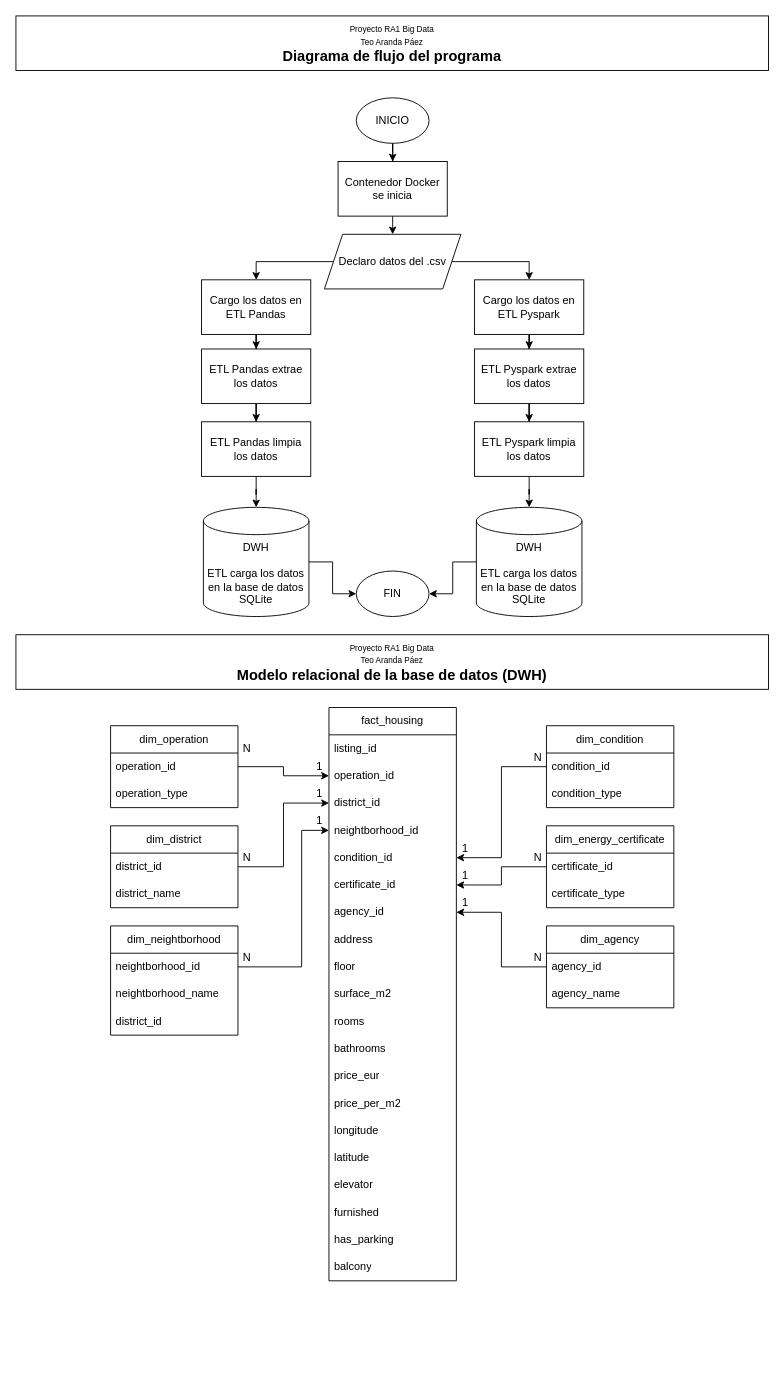
This is docs/diagrama_RA1.drawio from teoarandaa/proyecto_ra1_teoarandapaez, a draw.io file, before an edit. Source tidied: cells renumbered, new cells numbered last; positions are measured from the earlier drawing's top-left corner, leaving out a move shared by most shapes. Both pictures are drawn from the tidied source at 91%, with x=0, y=0 at pixel (15, 15).
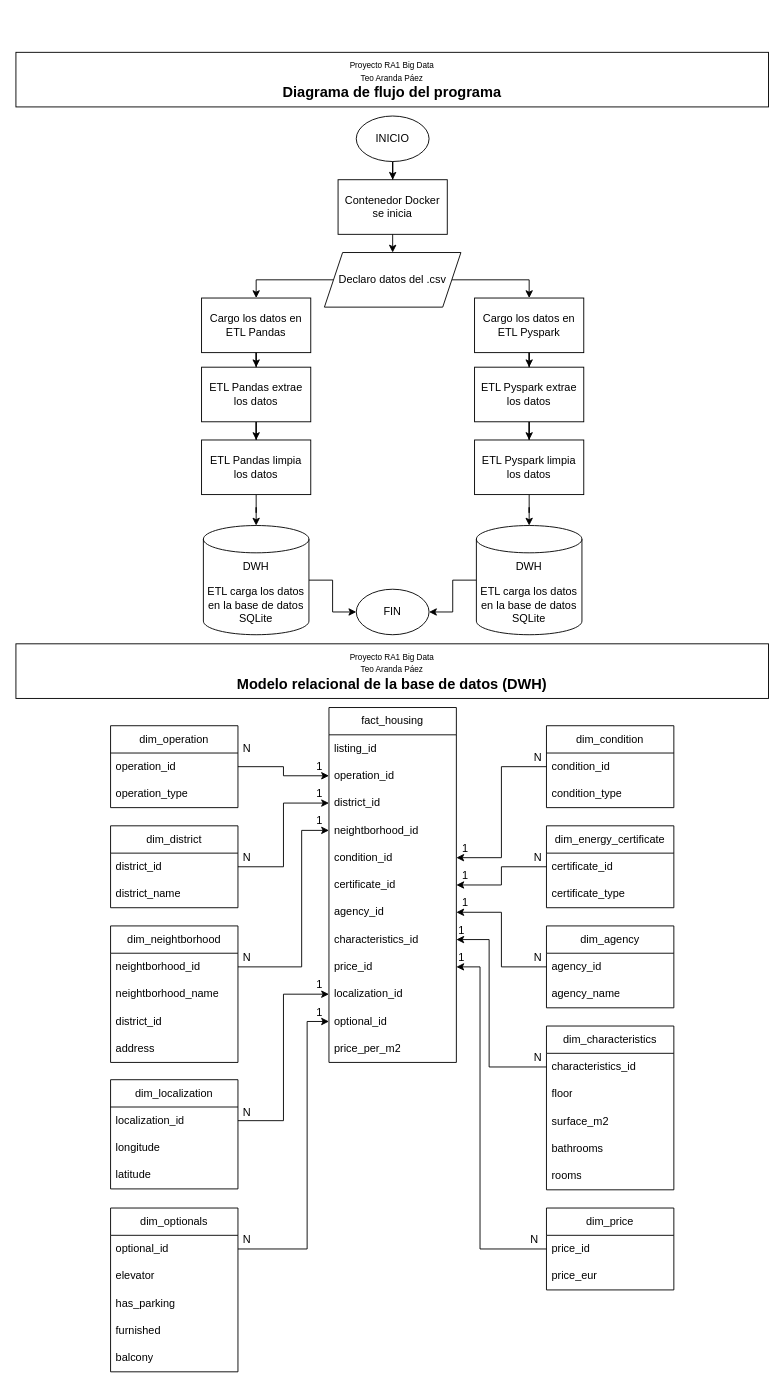
Above is the later version.

The edit, as a diff of the source:
```diff
@@
     <mxCell id="2" style="edgeStyle=orthogonalEdgeStyle;rounded=0;orthogonalLoop=1;jettySize=auto;html=1;" parent="1" edge="1">
       <mxGeometry relative="1" as="geometry">
-        <mxPoint x="414" y="210" as="sourcePoint" />
-        <mxPoint x="414" y="240" as="targetPoint" />
+        <mxPoint x="414" y="230" as="sourcePoint" />
+        <mxPoint x="414" y="260" as="targetPoint" />
       </mxGeometry>
     </mxCell>
@@
     <mxCell id="4" value="INICIO" style="ellipse;whiteSpace=wrap;html=1;" parent="1" vertex="1">
-      <mxGeometry x="374" y="90" width="80" height="50" as="geometry" />
+      <mxGeometry x="374" y="110" width="80" height="50" as="geometry" />
     </mxCell>
     <mxCell id="5" value="FIN" style="ellipse;whiteSpace=wrap;html=1;" parent="1" vertex="1">
-      <mxGeometry x="374" y="610" width="80" height="50" as="geometry" />
+      <mxGeometry x="374" y="630" width="80" height="50" as="geometry" />
     </mxCell>
@@
     <mxCell id="8" value="Cargo los datos en ETL Pandas" style="whiteSpace=wrap;html=1;" parent="1" vertex="1">
-      <mxGeometry x="204" y="290" width="120" height="60" as="geometry" />
+      <mxGeometry x="204" y="310" width="120" height="60" as="geometry" />
     </mxCell>
@@
     <mxCell id="10" value="ETL Pandas extrae los datos" style="whiteSpace=wrap;html=1;" parent="1" vertex="1">
-      <mxGeometry x="204" y="366" width="120" height="60" as="geometry" />
+      <mxGeometry x="204" y="386" width="120" height="60" as="geometry" />
     </mxCell>
@@
     <mxCell id="12" value="Declaro datos del .csv" style="shape=parallelogram;perimeter=parallelogramPerimeter;whiteSpace=wrap;html=1;fixedSize=1;" parent="1" vertex="1">
-      <mxGeometry x="339" y="240" width="150" height="60" as="geometry" />
+      <mxGeometry x="339" y="260" width="150" height="60" as="geometry" />
     </mxCell>
@@
     <mxCell id="14" value="ETL Pandas limpia los datos" style="whiteSpace=wrap;html=1;" parent="1" vertex="1">
-      <mxGeometry x="204" y="446" width="120" height="60" as="geometry" />
+      <mxGeometry x="204" y="466" width="120" height="60" as="geometry" />
     </mxCell>
@@
     <mxCell id="16" value="Cargo los datos en ETL Pyspark" style="whiteSpace=wrap;html=1;" parent="1" vertex="1">
-      <mxGeometry x="504" y="290" width="120" height="60" as="geometry" />
+      <mxGeometry x="504" y="310" width="120" height="60" as="geometry" />
     </mxCell>
@@
     <mxCell id="18" value="ETL Pyspark extrae los datos" style="whiteSpace=wrap;html=1;" parent="1" vertex="1">
-      <mxGeometry x="504" y="366" width="120" height="60" as="geometry" />
+      <mxGeometry x="504" y="386" width="120" height="60" as="geometry" />
     </mxCell>
@@
     <mxCell id="20" value="ETL Pyspark limpia los datos" style="whiteSpace=wrap;html=1;" parent="1" vertex="1">
-      <mxGeometry x="504" y="446" width="120" height="60" as="geometry" />
+      <mxGeometry x="504" y="466" width="120" height="60" as="geometry" />
     </mxCell>
@@
     <mxCell id="22" value="&lt;div&gt;DWH&lt;/div&gt;&lt;div&gt;&lt;br&gt;&lt;/div&gt;ETL carga los datos en la base de datos SQLite" style="shape=cylinder3;whiteSpace=wrap;html=1;boundedLbl=1;backgroundOutline=1;size=15;" parent="1" vertex="1">
-      <mxGeometry x="506" y="540" width="116" height="120" as="geometry" />
+      <mxGeometry x="506" y="560" width="116" height="120" as="geometry" />
     </mxCell>
     <mxCell id="23" value="Contenedor Docker se inicia" style="whiteSpace=wrap;html=1;" parent="1" vertex="1">
-      <mxGeometry x="354" y="160" width="120" height="60" as="geometry" />
+      <mxGeometry x="354" y="180" width="120" height="60" as="geometry" />
     </mxCell>
     <mxCell id="24" value="&lt;font style=&quot;font-size: 9px;&quot;&gt;Proyecto RA1 Big Data&lt;/font&gt;&lt;div&gt;&lt;font style=&quot;font-size: 9px;&quot;&gt;Teo Aranda Páez&lt;/font&gt;&lt;/div&gt;&lt;div&gt;&lt;b&gt;&lt;font style=&quot;font-size: 16px;&quot;&gt;Diagrama de flujo del programa&lt;/font&gt;&lt;/b&gt;&lt;/div&gt;" style="rounded=0;whiteSpace=wrap;html=1;" parent="1" vertex="1">
-      <mxGeometry width="827" height="60" as="geometry" />
+      <mxGeometry y="40" width="827" height="60" as="geometry" />
     </mxCell>
     <mxCell id="25" value="&lt;font style=&quot;font-size: 9px;&quot;&gt;Proyecto RA1 Big Data&lt;/font&gt;&lt;div&gt;&lt;font style=&quot;font-size: 9px;&quot;&gt;Teo Aranda Páez&lt;/font&gt;&lt;/div&gt;&lt;div&gt;&lt;b&gt;&lt;font style=&quot;font-size: 16px;&quot;&gt;Modelo relacional de la base de datos (DWH)&lt;/font&gt;&lt;/b&gt;&lt;/div&gt;" style="rounded=0;whiteSpace=wrap;html=1;" parent="1" vertex="1">
-      <mxGeometry y="680" width="827" height="60" as="geometry" />
+      <mxGeometry y="690" width="827" height="60" as="geometry" />
     </mxCell>
@@
     <mxCell id="27" value="&lt;div&gt;DWH&lt;/div&gt;&lt;div&gt;&lt;br&gt;&lt;/div&gt;ETL carga los datos en la base de datos SQLite" style="shape=cylinder3;whiteSpace=wrap;html=1;boundedLbl=1;backgroundOutline=1;size=15;" parent="1" vertex="1">
-      <mxGeometry x="206" y="540" width="116" height="120" as="geometry" />
+      <mxGeometry x="206" y="560" width="116" height="120" as="geometry" />
     </mxCell>
@@
     <mxCell id="31" value="dim_neightborhood" style="swimlane;fontStyle=0;horizontal=1;startSize=30;whiteSpace=wrap;html=1;" parent="1" vertex="1">
-      <mxGeometry x="104" y="1000" width="140" height="120" as="geometry" />
+      <mxGeometry x="104" y="1000" width="140" height="150" as="geometry" />
     </mxCell>
@@
+    <mxCell id="55" value="address" style="text;strokeColor=none;fillColor=none;align=left;verticalAlign=middle;spacingLeft=4;spacingRight=4;overflow=hidden;whiteSpace=wrap;html=1;" parent="31" vertex="1">
+      <mxGeometry y="120" width="140" height="30" as="geometry" />
+    </mxCell>
@@
     <mxCell id="47" value="fact_housing" style="swimlane;fontStyle=0;horizontal=1;startSize=30;whiteSpace=wrap;html=1;" parent="1" vertex="1">
-      <mxGeometry x="344" y="760" width="140" height="630" as="geometry" />
+      <mxGeometry x="344" y="760" width="140" height="390" as="geometry" />
     </mxCell>
@@
-    <mxCell id="55" value="address" style="text;strokeColor=none;fillColor=none;align=left;verticalAlign=middle;spacingLeft=4;spacingRight=4;overflow=hidden;whiteSpace=wrap;html=1;" parent="47" vertex="1">
-      <mxGeometry y="240" width="140" height="30" as="geometry" />
-    </mxCell>
-    <mxCell id="56" value="floor" style="text;strokeColor=none;fillColor=none;align=left;verticalAlign=middle;spacingLeft=4;spacingRight=4;overflow=hidden;whiteSpace=wrap;html=1;" parent="47" vertex="1">
-      <mxGeometry y="270" width="140" height="30" as="geometry" />
-    </mxCell>
-    <mxCell id="57" value="surface_m2" style="text;strokeColor=none;fillColor=none;align=left;verticalAlign=middle;spacingLeft=4;spacingRight=4;overflow=hidden;whiteSpace=wrap;html=1;" parent="47" vertex="1">
-      <mxGeometry y="300" width="140" height="30" as="geometry" />
-    </mxCell>
-    <mxCell id="58" value="rooms" style="text;strokeColor=none;fillColor=none;align=left;verticalAlign=middle;spacingLeft=4;spacingRight=4;overflow=hidden;whiteSpace=wrap;html=1;" parent="47" vertex="1">
-      <mxGeometry y="330" width="140" height="30" as="geometry" />
-    </mxCell>
-    <mxCell id="59" value="bathrooms" style="text;strokeColor=none;fillColor=none;align=left;verticalAlign=middle;spacingLeft=4;spacingRight=4;overflow=hidden;whiteSpace=wrap;html=1;" parent="47" vertex="1">
-      <mxGeometry y="360" width="140" height="30" as="geometry" />
-    </mxCell>
-    <mxCell id="60" value="price_eur" style="text;strokeColor=none;fillColor=none;align=left;verticalAlign=middle;spacingLeft=4;spacingRight=4;overflow=hidden;whiteSpace=wrap;html=1;" parent="47" vertex="1">
-      <mxGeometry y="390" width="140" height="30" as="geometry" />
-    </mxCell>
+    <mxCell id="86" value="characteristics_id" style="text;strokeColor=none;fillColor=none;align=left;verticalAlign=middle;spacingLeft=4;spacingRight=4;overflow=hidden;points=[[0,0.5],[1,0.5]];portConstraint=eastwest;whiteSpace=wrap;html=1;" parent="47" vertex="1">
+      <mxGeometry y="240" width="140" height="30" as="geometry" />
+    </mxCell>
+    <mxCell id="87" value="price_id" style="text;strokeColor=none;fillColor=none;align=left;verticalAlign=middle;spacingLeft=4;spacingRight=4;overflow=hidden;points=[[0,0.5],[1,0.5]];portConstraint=eastwest;whiteSpace=wrap;html=1;" parent="47" vertex="1">
+      <mxGeometry y="270" width="140" height="30" as="geometry" />
+    </mxCell>
+    <mxCell id="88" value="localization_id" style="text;strokeColor=none;fillColor=none;align=left;verticalAlign=middle;spacingLeft=4;spacingRight=4;overflow=hidden;points=[[0,0.5],[1,0.5]];portConstraint=eastwest;whiteSpace=wrap;html=1;" parent="47" vertex="1">
+      <mxGeometry y="300" width="140" height="30" as="geometry" />
+    </mxCell>
+    <mxCell id="89" value="optional_id" style="text;strokeColor=none;fillColor=none;align=left;verticalAlign=middle;spacingLeft=4;spacingRight=4;overflow=hidden;points=[[0,0.5],[1,0.5]];portConstraint=eastwest;whiteSpace=wrap;html=1;" parent="47" vertex="1">
+      <mxGeometry y="330" width="140" height="30" as="geometry" />
+    </mxCell>
     <mxCell id="61" value="price_per_m2" style="text;strokeColor=none;fillColor=none;align=left;verticalAlign=middle;spacingLeft=4;spacingRight=4;overflow=hidden;whiteSpace=wrap;html=1;" parent="47" vertex="1">
-      <mxGeometry y="420" width="140" height="30" as="geometry" />
+      <mxGeometry y="360" width="140" height="30" as="geometry" />
     </mxCell>
-    <mxCell id="62" value="longitude" style="text;strokeColor=none;fillColor=none;align=left;verticalAlign=middle;spacingLeft=4;spacingRight=4;overflow=hidden;whiteSpace=wrap;html=1;" parent="47" vertex="1">
-      <mxGeometry y="450" width="140" height="30" as="geometry" />
-    </mxCell>
-    <mxCell id="63" value="latitude" style="text;strokeColor=none;fillColor=none;align=left;verticalAlign=middle;spacingLeft=4;spacingRight=4;overflow=hidden;whiteSpace=wrap;html=1;" parent="47" vertex="1">
-      <mxGeometry y="480" width="140" height="30" as="geometry" />
-    </mxCell>
-    <mxCell id="64" value="elevator" style="text;strokeColor=none;fillColor=none;align=left;verticalAlign=middle;spacingLeft=4;spacingRight=4;overflow=hidden;whiteSpace=wrap;html=1;" parent="47" vertex="1">
-      <mxGeometry y="510" width="140" height="30" as="geometry" />
-    </mxCell>
-    <mxCell id="65" value="furnished" style="text;strokeColor=none;fillColor=none;align=left;verticalAlign=middle;spacingLeft=4;spacingRight=4;overflow=hidden;whiteSpace=wrap;html=1;" parent="47" vertex="1">
-      <mxGeometry y="540" width="140" height="30" as="geometry" />
-    </mxCell>
-    <mxCell id="66" value="has_parking" style="text;strokeColor=none;fillColor=none;align=left;verticalAlign=middle;spacingLeft=4;spacingRight=4;overflow=hidden;whiteSpace=wrap;html=1;" parent="47" vertex="1">
-      <mxGeometry y="570" width="140" height="30" as="geometry" />
-    </mxCell>
-    <mxCell id="67" value="balcony" style="text;strokeColor=none;fillColor=none;align=left;verticalAlign=middle;spacingLeft=4;spacingRight=4;overflow=hidden;whiteSpace=wrap;html=1;" parent="47" vertex="1">
-      <mxGeometry y="600" width="140" height="30" as="geometry" />
-    </mxCell>
@@
+    <mxCell id="90" value="dim_characteristics" style="swimlane;fontStyle=0;horizontal=1;startSize=30;whiteSpace=wrap;html=1;" parent="1" vertex="1">
+      <mxGeometry x="583" y="1110" width="140" height="180" as="geometry" />
+    </mxCell>
+    <mxCell id="91" value="characteristics_id" style="text;strokeColor=none;fillColor=none;align=left;verticalAlign=middle;spacingLeft=4;spacingRight=4;overflow=hidden;points=[[0,0.5],[1,0.5]];portConstraint=eastwest;whiteSpace=wrap;html=1;" parent="90" vertex="1">
+      <mxGeometry y="30" width="140" height="30" as="geometry" />
+    </mxCell>
+    <mxCell id="56" value="floor" style="text;strokeColor=none;fillColor=none;align=left;verticalAlign=middle;spacingLeft=4;spacingRight=4;overflow=hidden;whiteSpace=wrap;html=1;" parent="90" vertex="1">
+      <mxGeometry y="60" width="140" height="30" as="geometry" />
+    </mxCell>
+    <mxCell id="57" value="surface_m2" style="text;strokeColor=none;fillColor=none;align=left;verticalAlign=middle;spacingLeft=4;spacingRight=4;overflow=hidden;whiteSpace=wrap;html=1;" parent="90" vertex="1">
+      <mxGeometry y="90" width="140" height="30" as="geometry" />
+    </mxCell>
+    <mxCell id="59" value="bathrooms" style="text;strokeColor=none;fillColor=none;align=left;verticalAlign=middle;spacingLeft=4;spacingRight=4;overflow=hidden;whiteSpace=wrap;html=1;" parent="90" vertex="1">
+      <mxGeometry y="120" width="140" height="30" as="geometry" />
+    </mxCell>
+    <mxCell id="58" value="rooms" style="text;strokeColor=none;fillColor=none;align=left;verticalAlign=middle;spacingLeft=4;spacingRight=4;overflow=hidden;whiteSpace=wrap;html=1;" parent="90" vertex="1">
+      <mxGeometry y="150" width="140" height="30" as="geometry" />
+    </mxCell>
+    <mxCell id="92" style="edgeStyle=orthogonalEdgeStyle;rounded=0;jettySize=auto;html=1;entryX=1;entryY=0.5;entryDx=0;entryDy=0;" parent="1" edge="1" source="91" target="86">
+      <mxGeometry relative="1" as="geometry">
+        <Array as="points">
+          <mxPoint x="520" y="1155" />
+          <mxPoint x="520" y="1015" />
+        </Array>
+      </mxGeometry>
+    </mxCell>
+    <mxCell id="93" value="1" style="text;html=1;whiteSpace=wrap;strokeColor=none;fillColor=none;align=center;verticalAlign=middle;rounded=0;" parent="1" vertex="1">
+      <mxGeometry x="460" y="990" width="60" height="30" as="geometry" />
+    </mxCell>
+    <mxCell id="94" value="dim_price" style="swimlane;fontStyle=0;horizontal=1;startSize=30;whiteSpace=wrap;html=1;" parent="1" vertex="1">
+      <mxGeometry x="583" y="1310" width="140" height="90" as="geometry" />
+    </mxCell>
+    <mxCell id="95" value="price_id" style="text;strokeColor=none;fillColor=none;align=left;verticalAlign=middle;spacingLeft=4;spacingRight=4;overflow=hidden;points=[[0,0.5],[1,0.5]];portConstraint=eastwest;whiteSpace=wrap;html=1;" parent="94" vertex="1">
+      <mxGeometry y="30" width="140" height="30" as="geometry" />
+    </mxCell>
+    <mxCell id="60" value="price_eur" style="text;strokeColor=none;fillColor=none;align=left;verticalAlign=middle;spacingLeft=4;spacingRight=4;overflow=hidden;whiteSpace=wrap;html=1;" parent="94" vertex="1">
+      <mxGeometry y="60" width="140" height="30" as="geometry" />
+    </mxCell>
+    <mxCell id="96" style="edgeStyle=orthogonalEdgeStyle;rounded=0;jettySize=auto;html=1;entryX=1;entryY=0.5;entryDx=0;entryDy=0;" parent="1" edge="1" source="95" target="87">
+      <mxGeometry relative="1" as="geometry">
+        <Array as="points">
+          <mxPoint x="510" y="1355" />
+          <mxPoint x="510" y="1045" />
+        </Array>
+      </mxGeometry>
+    </mxCell>
+    <mxCell id="97" value="1" style="text;html=1;whiteSpace=wrap;strokeColor=none;fillColor=none;align=center;verticalAlign=middle;rounded=0;" parent="1" vertex="1">
+      <mxGeometry x="460" y="1020" width="60" height="30" as="geometry" />
+    </mxCell>
+    <mxCell id="98" value="N" style="text;html=1;whiteSpace=wrap;strokeColor=none;fillColor=none;align=center;verticalAlign=middle;rounded=0;" parent="1" vertex="1">
+      <mxGeometry x="544" y="1130" width="60" height="30" as="geometry" />
+    </mxCell>
+    <mxCell id="99" value="N" style="text;html=1;whiteSpace=wrap;strokeColor=none;fillColor=none;align=center;verticalAlign=middle;rounded=0;" parent="1" vertex="1">
+      <mxGeometry x="540" y="1330" width="60" height="30" as="geometry" />
+    </mxCell>
+    <mxCell id="100" value="dim_localization" style="swimlane;fontStyle=0;horizontal=1;startSize=30;whiteSpace=wrap;html=1;" parent="1" vertex="1">
+      <mxGeometry x="104" y="1169" width="140" height="120" as="geometry" />
+    </mxCell>
+    <mxCell id="101" value="localization_id" style="text;strokeColor=none;fillColor=none;align=left;verticalAlign=middle;spacingLeft=4;spacingRight=4;overflow=hidden;points=[[0,0.5],[1,0.5]];portConstraint=eastwest;whiteSpace=wrap;html=1;" parent="100" vertex="1">
+      <mxGeometry y="30" width="140" height="30" as="geometry" />
+    </mxCell>
+    <mxCell id="62" value="longitude" style="text;strokeColor=none;fillColor=none;align=left;verticalAlign=middle;spacingLeft=4;spacingRight=4;overflow=hidden;whiteSpace=wrap;html=1;" parent="100" vertex="1">
+      <mxGeometry y="60" width="140" height="30" as="geometry" />
+    </mxCell>
+    <mxCell id="63" value="latitude" style="text;strokeColor=none;fillColor=none;align=left;verticalAlign=middle;spacingLeft=4;spacingRight=4;overflow=hidden;whiteSpace=wrap;html=1;" parent="100" vertex="1">
+      <mxGeometry y="90" width="140" height="30" as="geometry" />
+    </mxCell>
+    <mxCell id="102" style="edgeStyle=orthogonalEdgeStyle;rounded=0;jettySize=auto;html=1;entryX=0;entryY=0.5;entryDx=0;entryDy=0;" parent="1" edge="1" source="101" target="88">
+      <mxGeometry relative="1" as="geometry" />
+    </mxCell>
+    <mxCell id="103" value="1" style="text;html=1;whiteSpace=wrap;strokeColor=none;fillColor=none;align=center;verticalAlign=middle;rounded=0;" parent="1" vertex="1">
+      <mxGeometry x="304" y="1050" width="60" height="30" as="geometry" />
+    </mxCell>
+    <mxCell id="104" value="N" style="text;html=1;whiteSpace=wrap;strokeColor=none;fillColor=none;align=center;verticalAlign=middle;rounded=0;" parent="1" vertex="1">
+      <mxGeometry x="224" y="1190" width="60" height="30" as="geometry" />
+    </mxCell>
+    <mxCell id="105" value="dim_optionals" style="swimlane;fontStyle=0;horizontal=1;startSize=30;whiteSpace=wrap;html=1;" parent="1" vertex="1">
+      <mxGeometry x="104" y="1310" width="140" height="180" as="geometry" />
+    </mxCell>
+    <mxCell id="106" value="optional_id" style="text;strokeColor=none;fillColor=none;align=left;verticalAlign=middle;spacingLeft=4;spacingRight=4;overflow=hidden;points=[[0,0.5],[1,0.5]];portConstraint=eastwest;whiteSpace=wrap;html=1;" parent="105" vertex="1">
+      <mxGeometry y="30" width="140" height="30" as="geometry" />
+    </mxCell>
+    <mxCell id="64" value="elevator" style="text;strokeColor=none;fillColor=none;align=left;verticalAlign=middle;spacingLeft=4;spacingRight=4;overflow=hidden;whiteSpace=wrap;html=1;" parent="105" vertex="1">
+      <mxGeometry y="60" width="140" height="30" as="geometry" />
+    </mxCell>
+    <mxCell id="66" value="has_parking" style="text;strokeColor=none;fillColor=none;align=left;verticalAlign=middle;spacingLeft=4;spacingRight=4;overflow=hidden;whiteSpace=wrap;html=1;" parent="105" vertex="1">
+      <mxGeometry y="90" width="140" height="30" as="geometry" />
+    </mxCell>
+    <mxCell id="65" value="furnished" style="text;strokeColor=none;fillColor=none;align=left;verticalAlign=middle;spacingLeft=4;spacingRight=4;overflow=hidden;whiteSpace=wrap;html=1;" parent="105" vertex="1">
+      <mxGeometry y="120" width="140" height="30" as="geometry" />
+    </mxCell>
+    <mxCell id="67" value="balcony" style="text;strokeColor=none;fillColor=none;align=left;verticalAlign=middle;spacingLeft=4;spacingRight=4;overflow=hidden;whiteSpace=wrap;html=1;" parent="105" vertex="1">
+      <mxGeometry y="150" width="140" height="30" as="geometry" />
+    </mxCell>
+    <mxCell id="107" style="edgeStyle=orthogonalEdgeStyle;rounded=0;jettySize=auto;html=1;entryX=0;entryY=0.5;entryDx=0;entryDy=0;" parent="1" edge="1" source="106" target="89">
+      <mxGeometry relative="1" as="geometry">
+        <Array as="points">
+          <mxPoint x="320" y="1355" />
+          <mxPoint x="320" y="1105" />
+        </Array>
+      </mxGeometry>
+    </mxCell>
+    <mxCell id="108" value="1" style="text;html=1;whiteSpace=wrap;strokeColor=none;fillColor=none;align=center;verticalAlign=middle;rounded=0;" parent="1" vertex="1">
+      <mxGeometry x="304" y="1080" width="60" height="30" as="geometry" />
+    </mxCell>
+    <mxCell id="109" value="N" style="text;html=1;whiteSpace=wrap;strokeColor=none;fillColor=none;align=center;verticalAlign=middle;rounded=0;" parent="1" vertex="1">
+      <mxGeometry x="224" y="1330" width="60" height="30" as="geometry" />
+    </mxCell>
```
